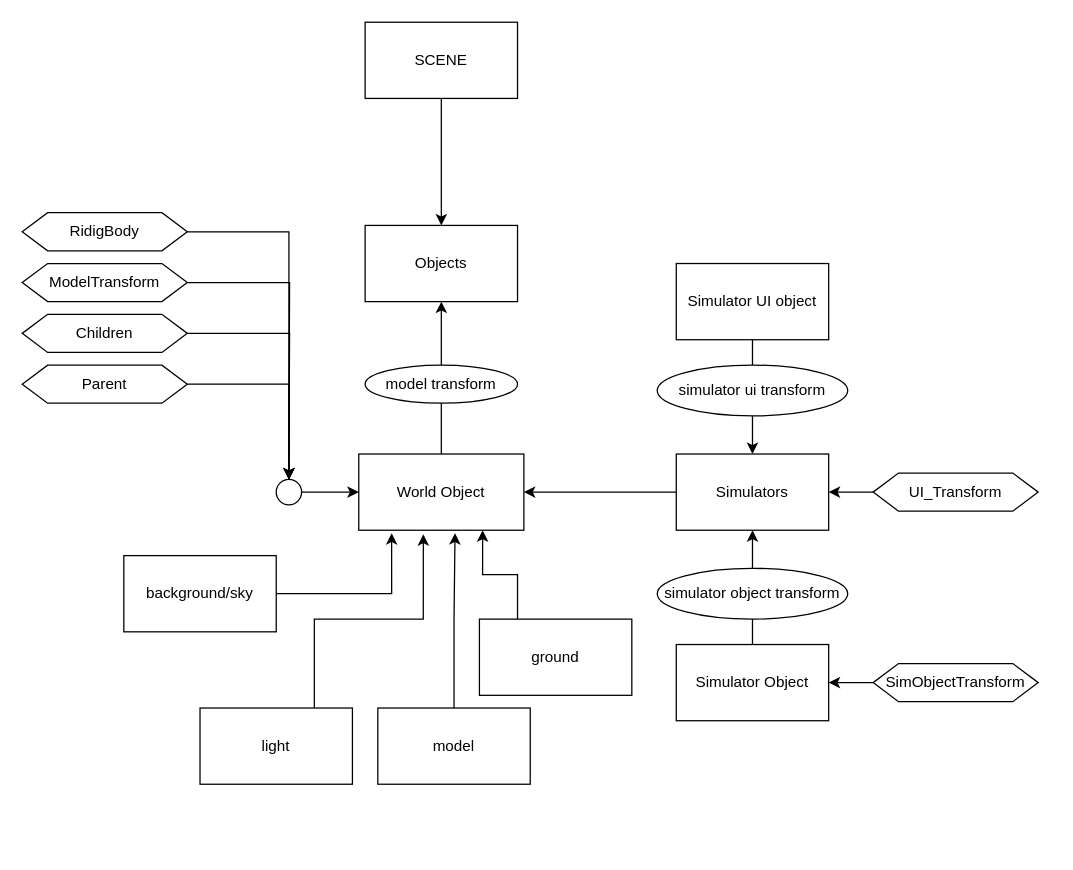
Above: media/scene-objects.drawio in anders-erik/physimos (draw.io), before the change. Source tidied: cells renumbered, new cells numbered last; positions are measured from the earlier drawing's top-left corner, leaving out a move shared by most shapes. Both pictures are drawn from the tidied source at 127%, with x=0, y=0 at pixel (22, 22).
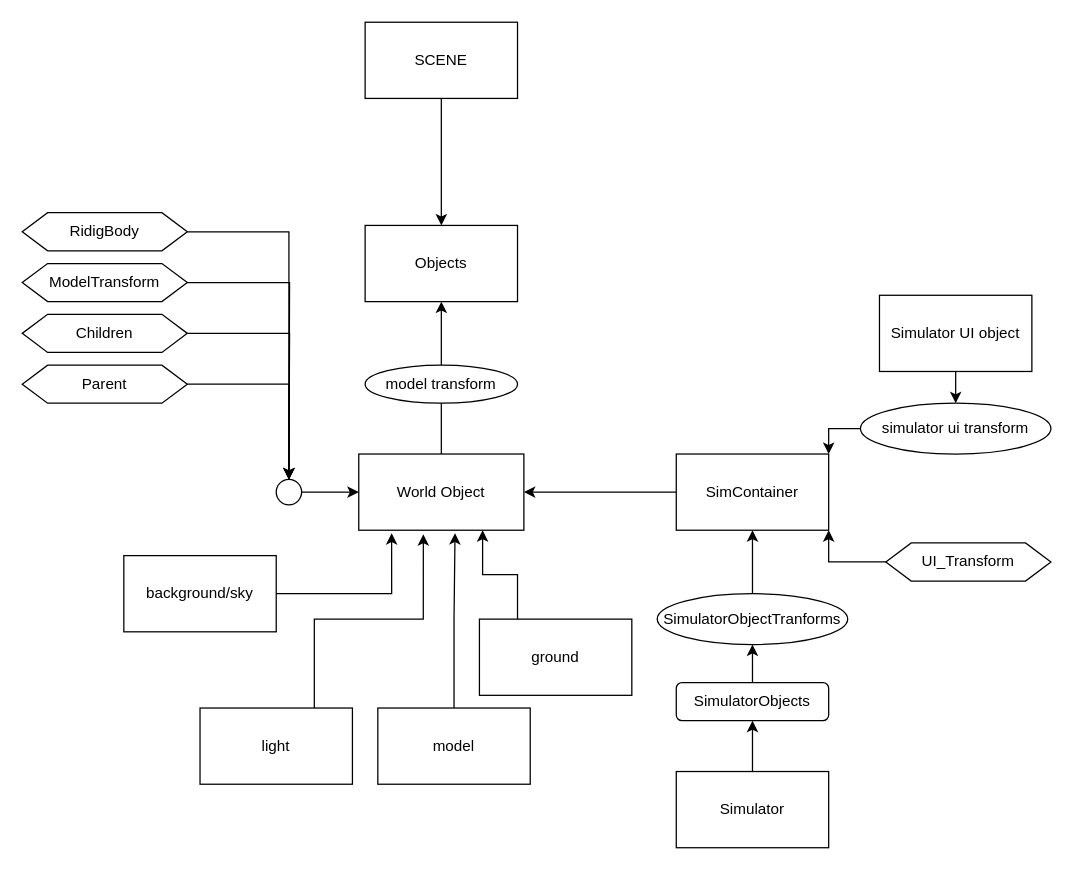
After the change.

Change to the diagram source:
```diff
@@
-    <mxCell id="8" value="Simulators" style="rounded=0;whiteSpace=wrap;html=1;" parent="1" vertex="1">
+    <mxCell id="8" value="SimContainer" style="rounded=0;whiteSpace=wrap;html=1;" parent="1" vertex="1">
       <mxGeometry x="515" y="340" width="120" height="60" as="geometry" />
     </mxCell>
@@
-    <mxCell id="16" style="edgeStyle=orthogonalEdgeStyle;rounded=0;jettySize=auto;html=1;entryX=0.5;entryY=1;entryDx=0;entryDy=0;" parent="1" edge="1" source="17" target="8">
+    <mxCell id="16" style="edgeStyle=orthogonalEdgeStyle;rounded=0;jettySize=auto;html=1;entryX=0.5;entryY=1;entryDx=0;entryDy=0;" parent="1" edge="1" source="21" target="8">
       <mxGeometry relative="1" as="geometry" />
     </mxCell>
+    <mxCell id="38" style="edgeStyle=orthogonalEdgeStyle;rounded=0;jettySize=auto;html=1;entryX=0.5;entryY=1;entryDx=0;entryDy=0;" parent="1" edge="1" source="17" target="42">
+      <mxGeometry relative="1" as="geometry" />
+    </mxCell>
-    <mxCell id="17" value="Simulator Object" style="rounded=0;whiteSpace=wrap;html=1;" parent="1" vertex="1">
-      <mxGeometry x="515" y="490" width="120" height="60" as="geometry" />
+    <mxCell id="17" value="Simulator" style="rounded=0;whiteSpace=wrap;html=1;" parent="1" vertex="1">
+      <mxGeometry x="515" y="590" width="120" height="60" as="geometry" />
     </mxCell>
-    <mxCell id="18" style="edgeStyle=orthogonalEdgeStyle;rounded=0;jettySize=auto;html=1;entryX=0.5;entryY=0;entryDx=0;entryDy=0;" parent="1" edge="1" source="19" target="8">
-      <mxGeometry relative="1" as="geometry" />
-    </mxCell>
     <mxCell id="19" value="Simulator UI object" style="rounded=0;whiteSpace=wrap;html=1;" parent="1" vertex="1">
-      <mxGeometry x="515" y="190" width="120" height="60" as="geometry" />
+      <mxGeometry x="675" y="215" width="120" height="60" as="geometry" />
     </mxCell>
-    <mxCell id="20" value="simulator ui transform" style="ellipse;whiteSpace=wrap;html=1;" parent="1" vertex="1">
-      <mxGeometry x="500" y="270" width="150" height="40" as="geometry" />
-    </mxCell>
-    <mxCell id="21" value="simulator object transform" style="ellipse;whiteSpace=wrap;html=1;" parent="1" vertex="1">
-      <mxGeometry x="500" y="430" width="150" height="40" as="geometry" />
-    </mxCell>
@@
-    <mxCell id="34" style="edgeStyle=orthogonalEdgeStyle;rounded=0;jettySize=auto;html=1;entryX=1;entryY=0.5;entryDx=0;entryDy=0;" parent="1" edge="1" source="35" target="8">
+    <mxCell id="34" style="edgeStyle=orthogonalEdgeStyle;rounded=0;jettySize=auto;html=1;entryX=1;entryY=1;entryDx=0;entryDy=0;" parent="1" edge="1" source="35" target="8">
       <mxGeometry relative="1" as="geometry" />
     </mxCell>
     <mxCell id="35" value="UI_Transform" style="shape=hexagon;perimeter=hexagonPerimeter2;whiteSpace=wrap;html=1;fixedSize=1;" parent="1" vertex="1">
-      <mxGeometry x="670" y="355" width="130" height="30" as="geometry" />
+      <mxGeometry x="680" y="410" width="130" height="30" as="geometry" />
     </mxCell>
-    <mxCell id="36" style="edgeStyle=orthogonalEdgeStyle;rounded=0;jettySize=auto;html=1;entryX=1;entryY=0.5;entryDx=0;entryDy=0;" parent="1" edge="1" source="37" target="17">
-      <mxGeometry relative="1" as="geometry" />
-    </mxCell>
-    <mxCell id="37" value="SimObjectTransform" style="shape=hexagon;perimeter=hexagonPerimeter2;whiteSpace=wrap;html=1;fixedSize=1;" parent="1" vertex="1">
-      <mxGeometry x="670" y="505" width="130" height="30" as="geometry" />
-    </mxCell>
+    <mxCell id="39" style="edgeStyle=orthogonalEdgeStyle;rounded=0;jettySize=auto;html=1;entryX=0.5;entryY=0;entryDx=0;entryDy=0;" parent="1" edge="1" source="19" target="20">
+      <mxGeometry relative="1" as="geometry" />
+    </mxCell>
+    <mxCell id="40" style="edgeStyle=orthogonalEdgeStyle;rounded=0;jettySize=auto;html=1;entryX=1;entryY=0;entryDx=0;entryDy=0;" parent="1" edge="1" source="20" target="8">
+      <mxGeometry relative="1" as="geometry" />
+    </mxCell>
+    <mxCell id="20" value="simulator ui transform" style="ellipse;whiteSpace=wrap;html=1;" parent="1" vertex="1">
+      <mxGeometry x="660" y="300" width="150" height="40" as="geometry" />
+    </mxCell>
+    <mxCell id="21" value="SimulatorObjectTranforms" style="ellipse;whiteSpace=wrap;html=1;" parent="1" vertex="1">
+      <mxGeometry x="500" y="450" width="150" height="40" as="geometry" />
+    </mxCell>
+    <mxCell id="41" style="edgeStyle=orthogonalEdgeStyle;rounded=0;jettySize=auto;html=1;entryX=0.5;entryY=1;entryDx=0;entryDy=0;" parent="1" edge="1" source="42" target="21">
+      <mxGeometry relative="1" as="geometry" />
+    </mxCell>
+    <mxCell id="42" value="SimulatorObjects" style="rounded=1;whiteSpace=wrap;html=1;" parent="1" vertex="1">
+      <mxGeometry x="515" y="520" width="120" height="30" as="geometry" />
+    </mxCell>
```
